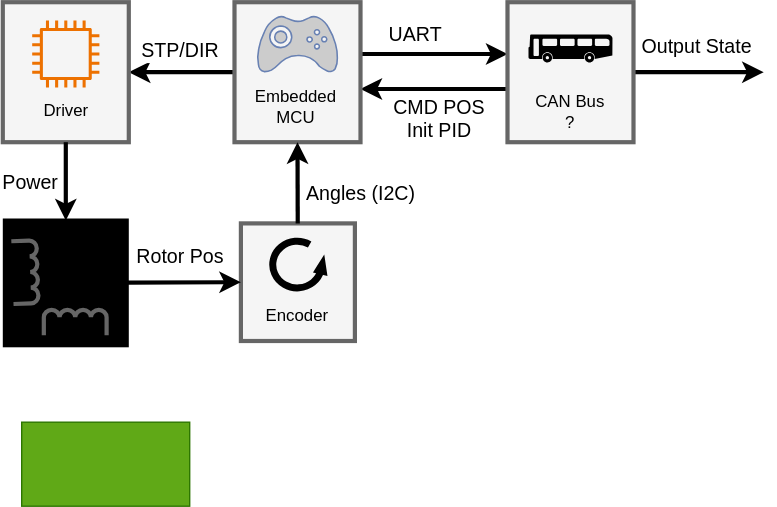
shrekwrecks/stepper_node keeps this draw.io diagram as docs/system.drawio.svg. Above is the earlier version. Source tidied: cells renumbered, new cells last; positions are measured from the earlier drawing's top-left corner, leaving out a move shared by most shapes.
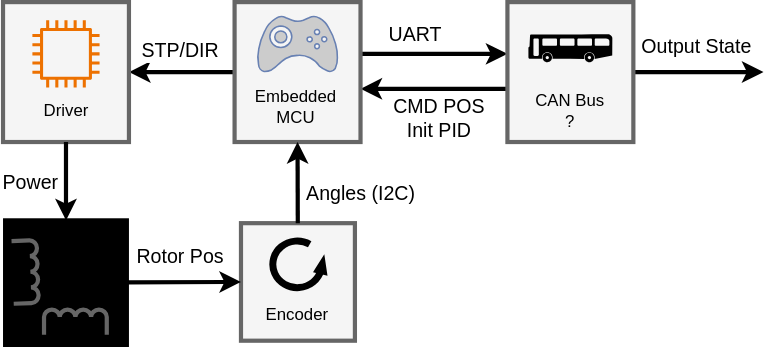
After the change.

The edit, as a diff of the source:
```diff
@@ -123,8 +123,5 @@
     <mxCell id="34" style="shape=mxgraph.signs.transportation.bus_3;html=1;fillColor=light-dark(#000000,#000000);strokeColor=none;verticalLabelPosition=bottom;verticalAlign=top;align=center;" parent="1" vertex="1">
       <mxGeometry x="382" y="23" width="60" height="20" as="geometry" />
     </mxCell>
-    <mxCell id="35" style="whiteSpace=wrap;html=1;fillColor=#60a917;fontColor=#ffffff;strokeColor=#2D7600;" parent="1" vertex="1">
-      <mxGeometry x="20" y="300" width="120" height="60" as="geometry" />
-    </mxCell>
   </root>
 </mxGraphModel>
```
